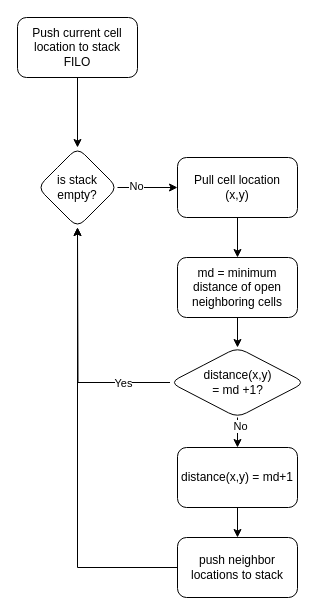
Earlier version of the draw.io diagram Floodfill.drawio (AminSeffo/Micromouse). Source tidied: cells renumbered, new cells numbered last; positions are measured from the earlier drawing's top-left corner, leaving out a move shared by most shapes. Both pictures are drawn from the tidied source at 100%, with x=0, y=0 at pixel (17, 17).
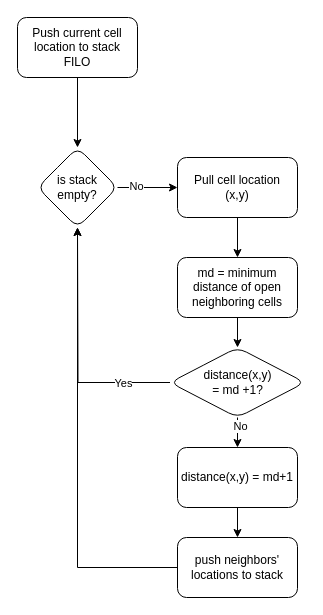
The same page after the edit.

What changed in the source:
```diff
@@
-    <mxCell id="19" value="push neighbor locations to stack" style="whiteSpace=wrap;html=1;rounded=1;" parent="1" vertex="1">
+    <mxCell id="19" value="push neighbors' locations to stack" style="whiteSpace=wrap;html=1;rounded=1;" parent="1" vertex="1">
       <mxGeometry x="160" y="520" width="120" height="60" as="geometry" />
     </mxCell>
```
